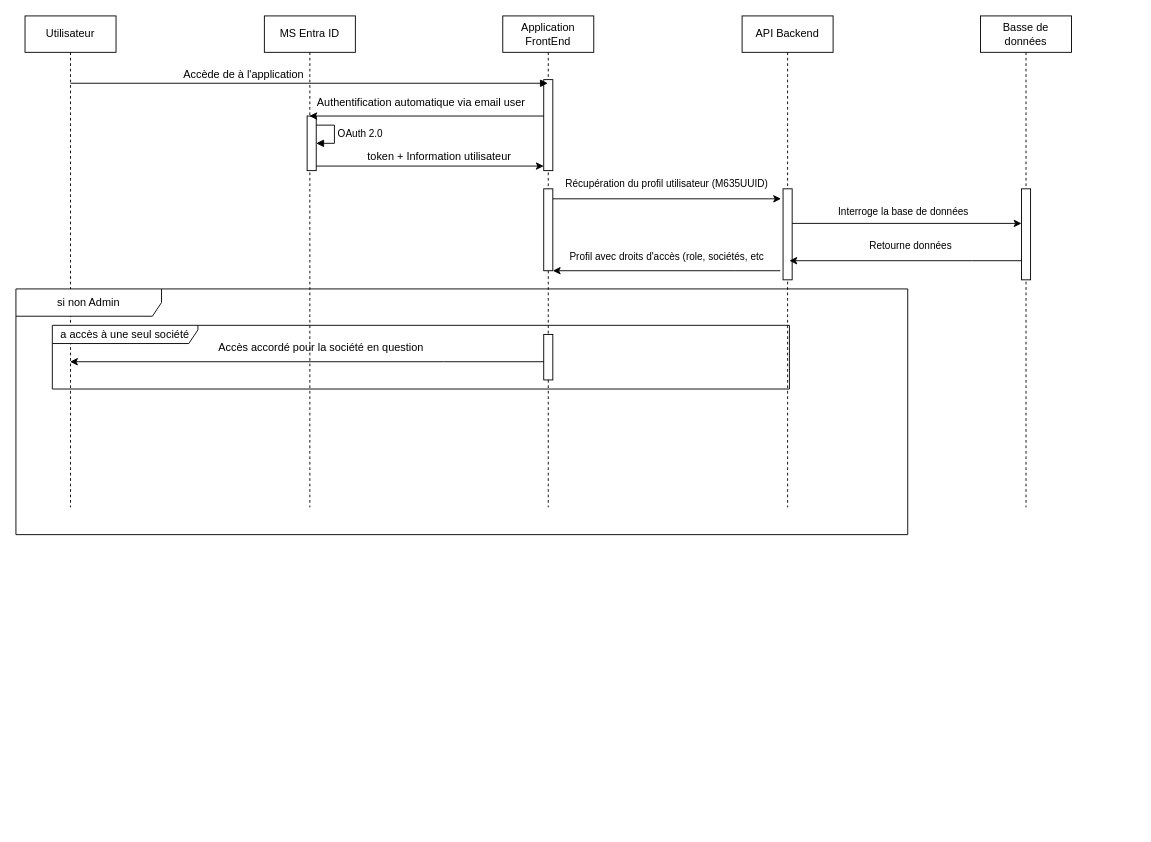
Earlier version of the draw.io diagram page "SD_Auth-Multi-Company" (3 of 3) of Conception_DSF.drawio (Michelle-Ngami/Conception_DSF). Source tidied: cells renumbered, new cells numbered last; positions are measured from the earlier drawing's top-left corner, leaving out a move shared by most shapes. Both pictures are drawn from the tidied source at 91%, with x=0, y=0 at pixel (15, 15).
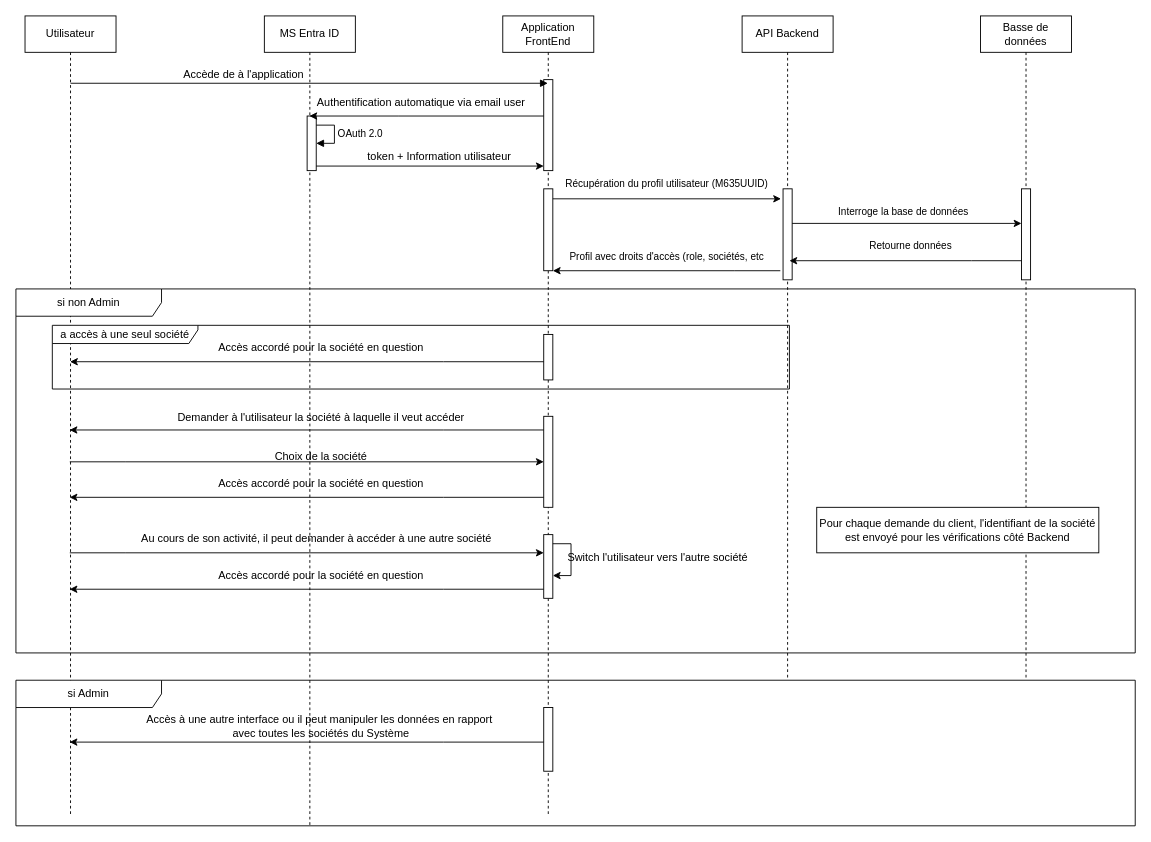
The same page after the edit.

What changed in the source:
```diff
@@
     <mxCell id="2" value="Utilisateur" style="shape=umlLifeline;perimeter=lifelinePerimeter;whiteSpace=wrap;html=1;outlineConnect=0;portConstraint=eastwest;newEdgeStyle={&quot;curved&quot;:0,&quot;rounded&quot;:0};" parent="1" vertex="1">
-      <mxGeometry x="10" width="100" height="540" as="geometry" />
+      <mxGeometry x="10" width="100" height="880" as="geometry" />
     </mxCell>
     <mxCell id="3" value="MS Entra ID" style="shape=umlLifeline;perimeter=lifelinePerimeter;whiteSpace=wrap;html=1;outlineConnect=0;portConstraint=eastwest;newEdgeStyle={&quot;curved&quot;:0,&quot;rounded&quot;:0};" parent="1" vertex="1">
-      <mxGeometry x="273" width="100" height="540" as="geometry" />
+      <mxGeometry x="273" width="100" height="890" as="geometry" />
     </mxCell>
@@
     <mxCell id="6" value="Application FrontEnd" style="shape=umlLifeline;perimeter=lifelinePerimeter;whiteSpace=wrap;html=1;newEdgeStyle={&quot;curved&quot;:0,&quot;rounded&quot;:0};" parent="1" vertex="1">
-      <mxGeometry x="535" width="100" height="540" as="geometry" />
+      <mxGeometry x="535" width="100" height="880" as="geometry" />
     </mxCell>
@@
+    <mxCell id="32" style="html=1;points=[[0,0,0,0,5],[0,1,0,0,-5],[1,0,0,0,5],[1,1,0,0,-5]];perimeter=orthogonalPerimeter;outlineConnect=0;targetShapes=umlLifeline;portConstraint=eastwest;newEdgeStyle={&quot;curved&quot;:0,&quot;rounded&quot;:0};" parent="6" vertex="1">
+      <mxGeometry x="45" y="570" width="10" height="70" as="geometry" />
+    </mxCell>
+    <mxCell id="33" style="edgeStyle=orthogonalEdgeStyle;rounded=0;orthogonalLoop=1;jettySize=auto;html=1;curved=0;" parent="6" edge="1" source="32" target="32">
+      <mxGeometry relative="1" as="geometry">
+        <Array as="points">
+          <mxPoint x="75" y="580" />
+          <mxPoint x="75" y="615" />
+        </Array>
+      </mxGeometry>
+    </mxCell>
     <mxCell id="10" value="API Backend" style="shape=umlLifeline;perimeter=lifelinePerimeter;whiteSpace=wrap;html=1;newEdgeStyle={&quot;curved&quot;:0,&quot;rounded&quot;:0};" parent="1" vertex="1">
-      <mxGeometry x="798" width="100" height="540" as="geometry" />
+      <mxGeometry x="798" width="100" height="730" as="geometry" />
     </mxCell>
@@
     <mxCell id="12" value="Basse de données" style="shape=umlLifeline;perimeter=lifelinePerimeter;whiteSpace=wrap;html=1;newEdgeStyle={&quot;curved&quot;:0,&quot;rounded&quot;:0};" parent="1" vertex="1">
-      <mxGeometry x="1060" width="100" height="540" as="geometry" />
+      <mxGeometry x="1060" width="100" height="730" as="geometry" />
     </mxCell>
@@
     <mxCell id="28" value="si non Admin" style="shape=umlFrame;whiteSpace=wrap;html=1;width=160;height=30;" parent="1" vertex="1">
-      <mxGeometry y="300" width="980" height="270" as="geometry" />
+      <mxGeometry y="300" width="1230" height="400" as="geometry" />
     </mxCell>
@@
+    <mxCell id="34" style="html=1;perimeter=orthogonalPerimeter;targetShapes=umlLifeline;newEdgeStyle={&quot;curved&quot;:0,&quot;rounded&quot;:0};" parent="1" vertex="1">
+      <mxGeometry x="580" y="440" width="10" height="100" as="geometry" />
+    </mxCell>
+    <mxCell id="35" style="edgeStyle=orthogonalEdgeStyle;rounded=0;orthogonalLoop=1;jettySize=auto;html=1;curved=0;" parent="1" edge="1">
+      <mxGeometry relative="1" as="geometry">
+        <mxPoint x="580" y="455" as="sourcePoint" />
+        <mxPoint x="59" y="455" as="targetPoint" />
+        <Array as="points">
+          <mxPoint x="470" y="455" />
+          <mxPoint x="470" y="455" />
+        </Array>
+      </mxGeometry>
+    </mxCell>
+    <mxCell id="36" value="Demander à l'utilisateur la société à laquelle il veut accéder" style="text;html=1;align=center;verticalAlign=middle;strokeColor=none;fillColor=none;" parent="1" vertex="1">
+      <mxGeometry x="165" y="427" width="340" height="30" as="geometry" />
+    </mxCell>
+    <mxCell id="37" style="edgeStyle=orthogonalEdgeStyle;rounded=0;orthogonalLoop=1;jettySize=auto;html=1;curved=0;entryX=0;entryY=1;entryDx=0;entryDy=-5;entryPerimeter=0;" parent="1" edge="1">
+      <mxGeometry relative="1" as="geometry">
+        <mxPoint x="59.2" y="490" as="sourcePoint" />
+        <mxPoint x="580" y="490" as="targetPoint" />
+        <Array as="points">
+          <mxPoint x="120" y="490" />
+          <mxPoint x="120" y="490" />
+        </Array>
+      </mxGeometry>
+    </mxCell>
+    <mxCell id="38" value="Choix de la société" style="text;html=1;align=center;verticalAlign=middle;strokeColor=none;fillColor=none;" parent="1" vertex="1">
+      <mxGeometry x="275" y="469" width="120" height="30" as="geometry" />
+    </mxCell>
+    <mxCell id="39" style="edgeStyle=orthogonalEdgeStyle;rounded=0;orthogonalLoop=1;jettySize=auto;html=1;curved=0;" parent="1" edge="1">
+      <mxGeometry relative="1" as="geometry">
+        <mxPoint x="580" y="529" as="sourcePoint" />
+        <mxPoint x="59" y="529" as="targetPoint" />
+        <Array as="points">
+          <mxPoint x="470" y="529" />
+          <mxPoint x="470" y="529" />
+        </Array>
+      </mxGeometry>
+    </mxCell>
+    <mxCell id="40" value="Accès accordé pour la société en question" style="text;html=1;align=center;verticalAlign=middle;strokeColor=none;fillColor=none;" parent="1" vertex="1">
+      <mxGeometry x="210" y="499" width="250" height="30" as="geometry" />
+    </mxCell>
+    <mxCell id="41" value="Au cours de son activité, il peut demander à accéder à une autre société" style="text;html=1;align=center;verticalAlign=middle;strokeColor=none;fillColor=none;" parent="1" vertex="1">
+      <mxGeometry x="125" y="560" width="410" height="30" as="geometry" />
+    </mxCell>
+    <mxCell id="42" style="edgeStyle=orthogonalEdgeStyle;rounded=0;orthogonalLoop=1;jettySize=auto;html=1;curved=0;entryX=0;entryY=1;entryDx=0;entryDy=-5;entryPerimeter=0;" parent="1" edge="1">
+      <mxGeometry relative="1" as="geometry">
+        <mxPoint x="59.2" y="590" as="sourcePoint" />
+        <mxPoint x="580" y="590" as="targetPoint" />
+        <Array as="points">
+          <mxPoint x="120" y="590" />
+          <mxPoint x="120" y="590" />
+        </Array>
+      </mxGeometry>
+    </mxCell>
+    <mxCell id="43" value="Switch l'utilisateur vers l'autre société" style="text;html=1;align=center;verticalAlign=middle;strokeColor=none;fillColor=none;" parent="1" vertex="1">
+      <mxGeometry x="595" y="580" width="220" height="30" as="geometry" />
+    </mxCell>
+    <mxCell id="44" style="edgeStyle=orthogonalEdgeStyle;rounded=0;orthogonalLoop=1;jettySize=auto;html=1;curved=0;" parent="1" edge="1">
+      <mxGeometry relative="1" as="geometry">
+        <mxPoint x="580" y="630" as="sourcePoint" />
+        <mxPoint x="59" y="630" as="targetPoint" />
+        <Array as="points">
+          <mxPoint x="470" y="630" />
+          <mxPoint x="470" y="630" />
+        </Array>
+      </mxGeometry>
+    </mxCell>
+    <mxCell id="45" value="Accès accordé pour la société en question" style="text;html=1;align=center;verticalAlign=middle;strokeColor=none;fillColor=none;" parent="1" vertex="1">
+      <mxGeometry x="210" y="600" width="250" height="30" as="geometry" />
+    </mxCell>
+    <mxCell id="46" value="Pour chaque demande du client, l'identifiant de la société est envoyé pour les vérifications côté Backend" style="html=1;whiteSpace=wrap;" parent="1" vertex="1">
+      <mxGeometry x="880" y="540" width="310" height="50" as="geometry" />
+    </mxCell>
+    <mxCell id="47" value="si Admin" style="shape=umlFrame;whiteSpace=wrap;html=1;width=160;height=30;" parent="1" vertex="1">
+      <mxGeometry y="730" width="1230" height="160" as="geometry" />
+    </mxCell>
+    <mxCell id="48" style="html=1;perimeter=orthogonalPerimeter;targetShapes=umlLifeline;newEdgeStyle={&quot;curved&quot;:0,&quot;rounded&quot;:0};" parent="1" vertex="1">
+      <mxGeometry x="580" y="760" width="10" height="70" as="geometry" />
+    </mxCell>
+    <mxCell id="49" style="edgeStyle=orthogonalEdgeStyle;rounded=0;orthogonalLoop=1;jettySize=auto;html=1;curved=0;" parent="1" edge="1">
+      <mxGeometry relative="1" as="geometry">
+        <mxPoint x="580" y="798" as="sourcePoint" />
+        <mxPoint x="59" y="798" as="targetPoint" />
+        <Array as="points">
+          <mxPoint x="470" y="798" />
+          <mxPoint x="470" y="798" />
+        </Array>
+      </mxGeometry>
+    </mxCell>
+    <mxCell id="50" value="Accès à une autre interface ou il peut manipuler les données en rapport&amp;nbsp;&lt;div&gt;avec toutes les sociétés du Système&lt;/div&gt;" style="text;html=1;align=center;verticalAlign=middle;strokeColor=none;fillColor=none;" parent="1" vertex="1">
+      <mxGeometry x="130" y="761" width="410" height="40" as="geometry" />
+    </mxCell>
```
